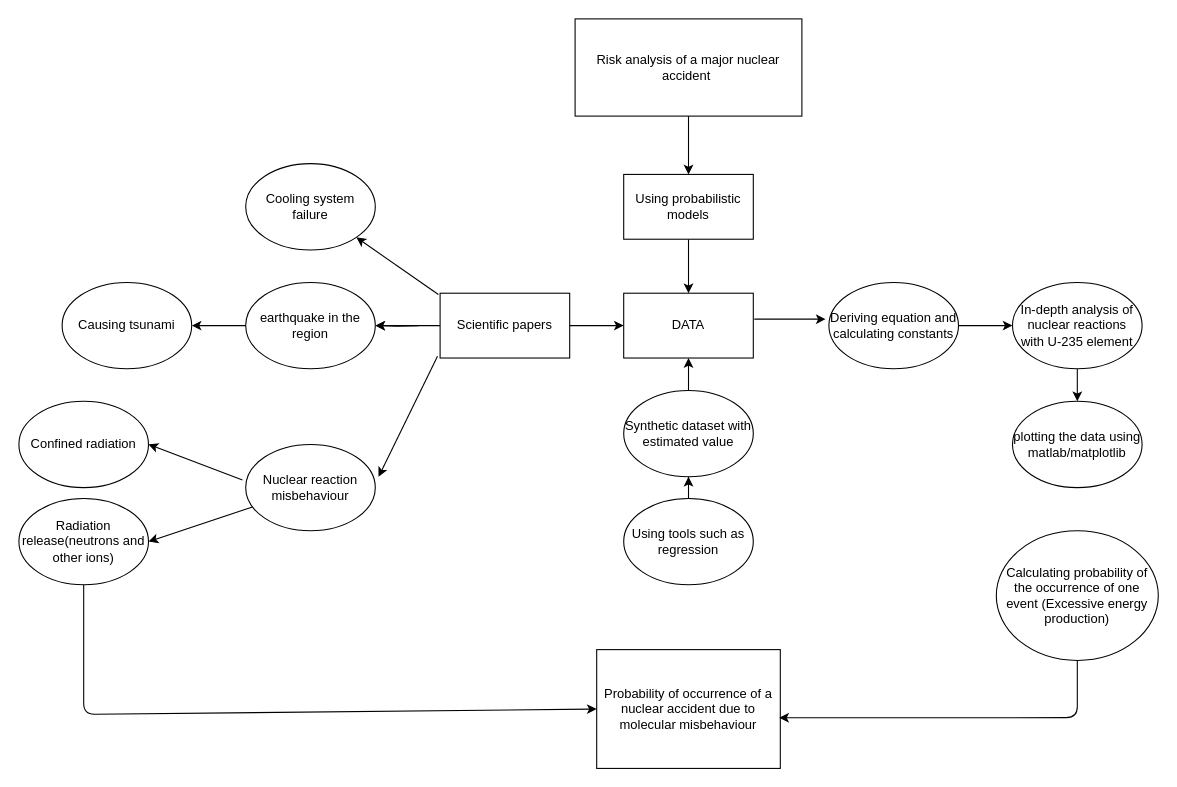
This is sa/metric.drawio from pracheejaviya1/Probability-Random-Processes, a draw.io file, before an edit. Source tidied: cells renumbered, new cells numbered last; positions are measured from the earlier drawing's top-left corner, leaving out a move shared by most shapes. Both pictures are drawn from the tidied source at 108%, with x=0, y=0 at pixel (18, 18).
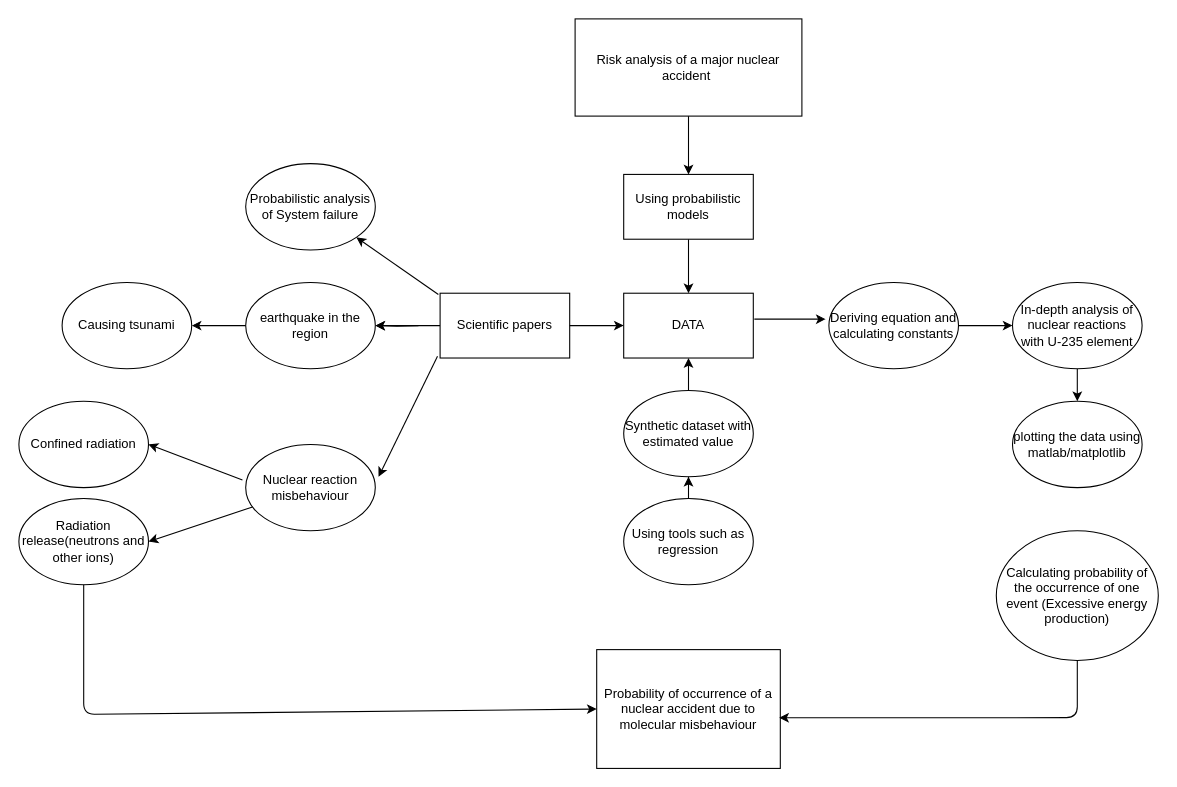
After the change.

Diff of the diagram source:
```diff
@@
-    <mxCell id="11" value="Cooling system failure" style="ellipse;whiteSpace=wrap;html=1;" parent="1" vertex="1">
+    <mxCell id="11" value="Probabilistic analysis of System failure" style="ellipse;whiteSpace=wrap;html=1;" parent="1" vertex="1">
       <mxGeometry x="210" y="134" width="120" height="80" as="geometry" />
     </mxCell>
```
